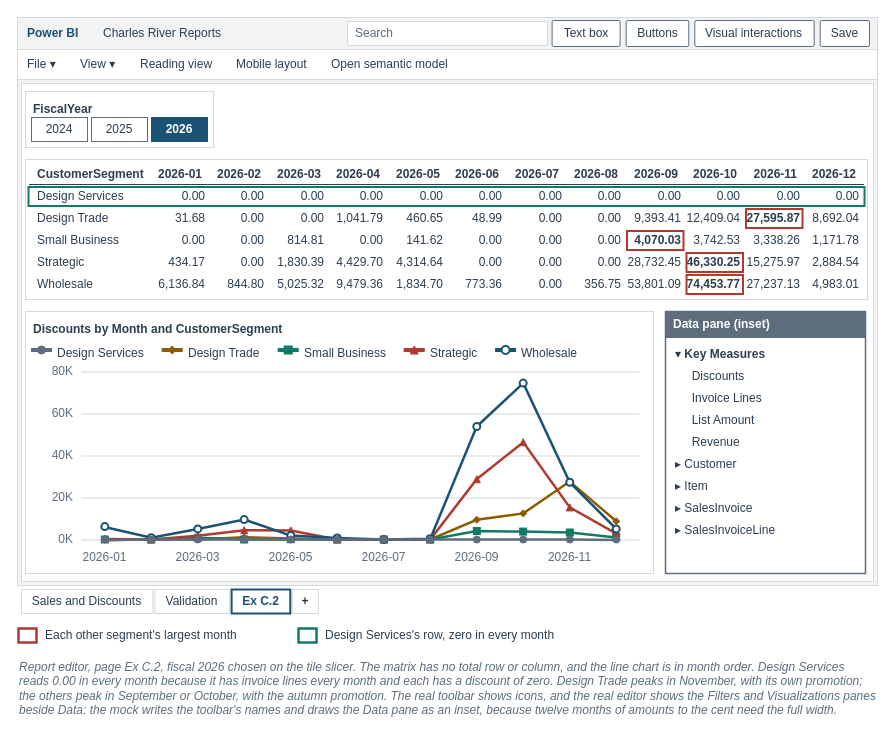
This is facts/instructor/figures/appendix-c-power-bi-browser/IF-AC-2-A.drawio from mmcodesso/Accounting_Analytics_Book, a draw.io file, before an edit. Source tidied: cells renumbered, new cells numbered last; positions are measured from the earlier drawing's top-left corner, leaving out a move shared by most shapes. Both pictures are drawn from the tidied source at 100%, with x=0, y=0 at pixel (17, 17).
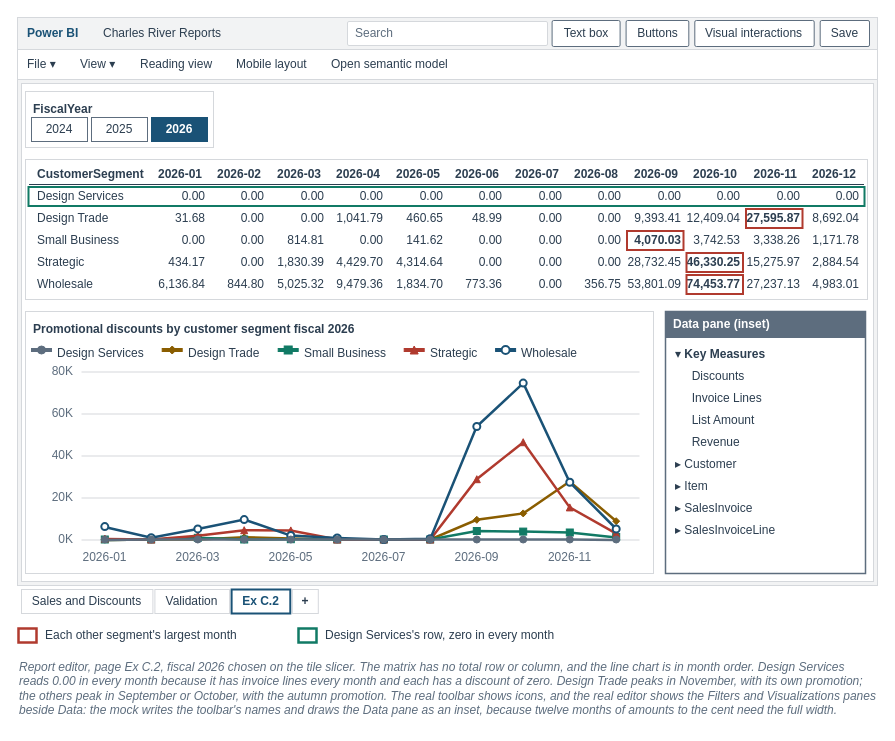
The same diagram, later.

Change to the diagram source:
```diff
@@
-    <mxCell id="105" value="&lt;b&gt;Discounts by Month and CustomerSegment&lt;/b&gt;" style="text;html=1;whiteSpace=wrap;align=left;verticalAlign=top;fontSize=12;fontColor=#2C3E50;fontStyle=0;fontFamily=Helvetica;spacing=2;fillColor=none;strokeColor=none;" parent="1" vertex="1">
+    <mxCell id="105" value="&lt;b&gt;Promotional discounts by customer segment fiscal 2026&lt;/b&gt;" style="text;html=1;whiteSpace=wrap;align=left;verticalAlign=top;fontSize=12;fontColor=#2C3E50;fontStyle=0;fontFamily=Helvetica;spacing=2;fillColor=none;strokeColor=none;" parent="1" vertex="1">
       <mxGeometry x="14" y="298" width="616" height="20" as="geometry" />
     </mxCell>
```
